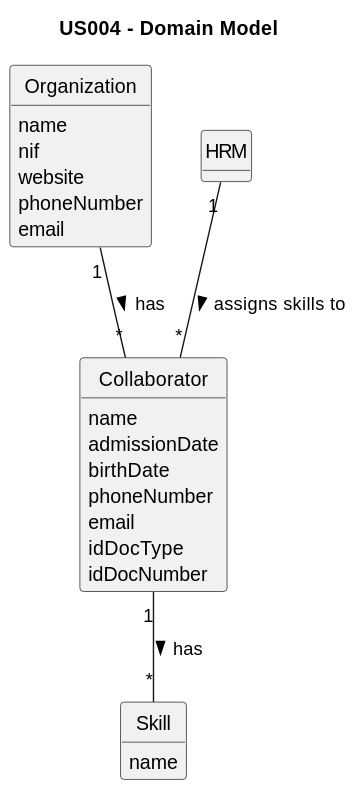
Earlier version of the PlantUML export docs/sprintB/us004/02.analysis/svg/us004-domain-model.svg (Rui-San/LAPR2_2023_2024). Source of this version:
```plantuml
@startuml
skinparam monochrome true
skinparam packageStyle rectangle
skinparam shadowing false


skinparam classAttributeIconSize 0

hide circle
hide methods

title US004 - Domain Model

class Organization {
    name
    nif
    website
    phoneNumber
    email
}

class Skill{
    name

}

class HRM{

}

class Collaborator{
    name
    admissionDate
    birthDate
    phoneNumber
    email
    idDocType
    idDocNumber
}

Organization "1" -- "*" Collaborator : "has >"
HRM "1" -- "*" Collaborator : "assigns skills to >"
Collaborator "1" -- "*" Skill : "has >"
@enduml
```
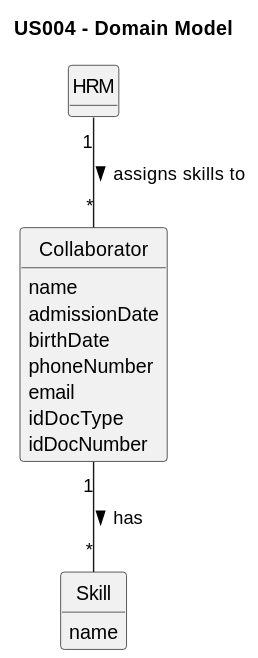
After the change.

Change to the diagram source:
```diff
@@ -11,13 +11,7 @@
 
 title US004 - Domain Model
 
-class Organization {
-    name
-    nif
-    website
-    phoneNumber
-    email
-}
+
 
 class Skill{
     name
@@ -38,7 +32,7 @@
     idDocNumber
 }
 
-Organization "1" -- "*" Collaborator : "has >"
+
 HRM "1" -- "*" Collaborator : "assigns skills to >"
 Collaborator "1" -- "*" Skill : "has >"
 @enduml
```
